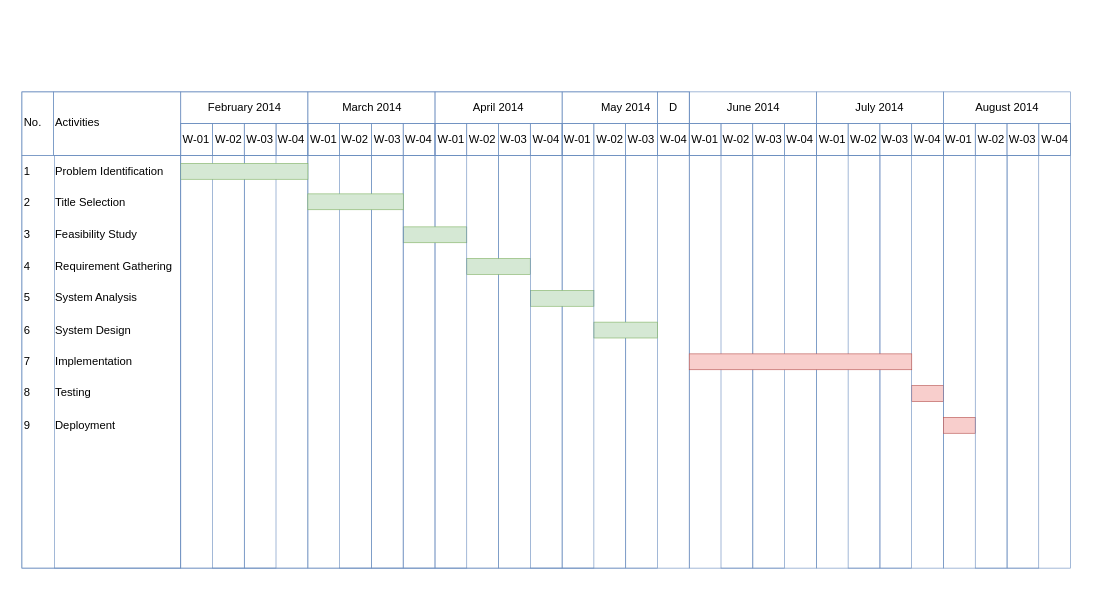
Above: Gantt Chart Diagram.drawio in fasil712/UML_Diagram_Design (draw.io), before the change. Source tidied: cells renumbered, new cells numbered last; positions are measured from the earlier drawing's top-left corner, leaving out a move shared by most shapes. Both pictures are drawn from the tidied source at 125%, with x=0, y=0 at pixel (21, 91).
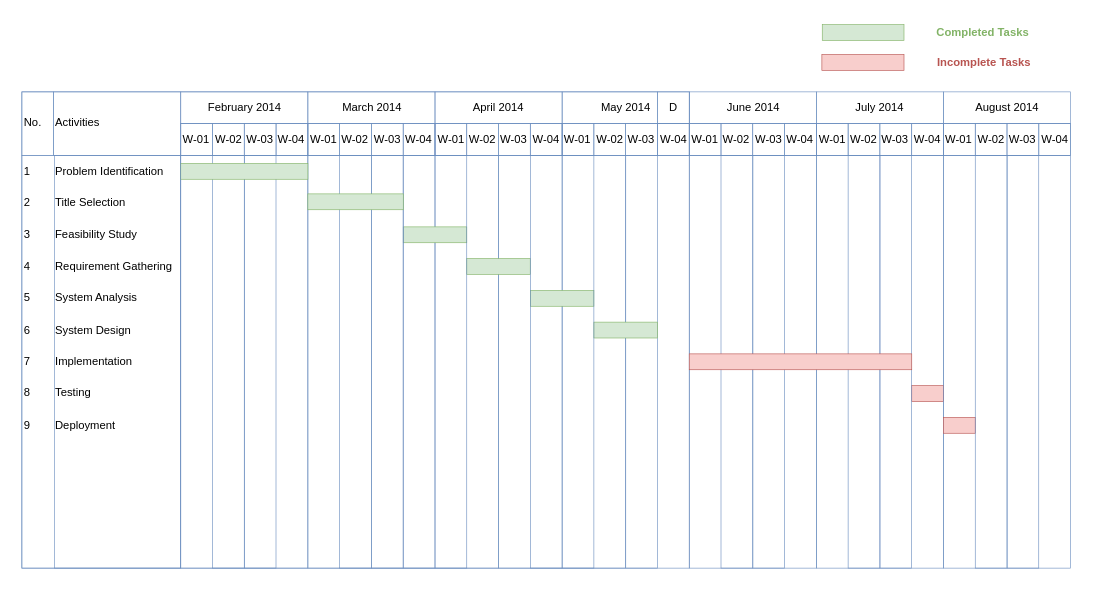
The same page after the edit.

Change to the diagram source:
```diff
@@
+    <mxCell id="100" style="group;" parent="1" vertex="1">
+      <mxGeometry x="640" y="-56" width="174.7" height="41" as="geometry" />
+    </mxCell>
+    <mxCell id="101" style="strokeWidth=0.5;shadow=0;dashed=0;align=left;html=1;shape=mxgraph.mockup.graphics.rrect;rSize=0;strokeColor=#82b366;fillColor=#d5e8d4;rounded=0;fontSize=9;fontStyle=0;" parent="100" vertex="1">
+      <mxGeometry x="0.3" y="2.2" width="65.4" height="12.7" as="geometry" />
+    </mxCell>
+    <mxCell id="102" style="strokeWidth=0.5;shadow=0;dashed=0;align=left;html=1;shape=mxgraph.mockup.graphics.rrect;rSize=0;strokeColor=#b85450;fillColor=#f8cecc;rounded=0;fontSize=9;fontStyle=0;" parent="100" vertex="1">
+      <mxGeometry y="26.1" width="65.7" height="12.7" as="geometry" />
+    </mxCell>
+    <mxCell id="103" value="Completed Tasks" style="text;html=1;strokeColor=none;fillColor=none;align=center;verticalAlign=middle;whiteSpace=wrap;rounded=0;labelBackgroundColor=none;labelBorderColor=none;fontSize=9;fontStyle=1;fontColor=#82B366;" parent="100" vertex="1">
+      <mxGeometry x="82.7" width="92" height="17" as="geometry" />
+    </mxCell>
+    <mxCell id="104" value="Incomplete Tasks" style="text;html=1;strokeColor=none;fillColor=none;align=center;verticalAlign=middle;whiteSpace=wrap;rounded=0;labelBackgroundColor=none;labelBorderColor=none;fontSize=9;fontStyle=1;fontColor=#B85450;" parent="100" vertex="1">
+      <mxGeometry x="85.7" y="24" width="88" height="17" as="geometry" />
+    </mxCell>
```
